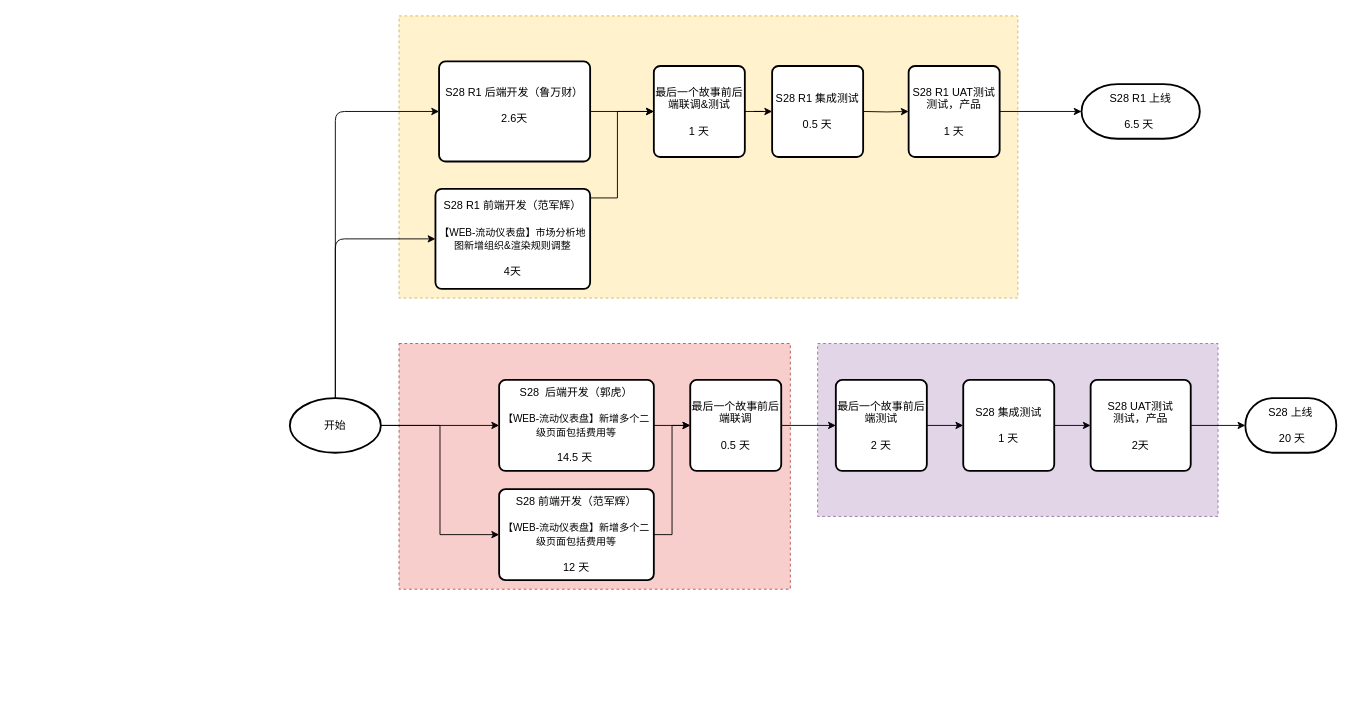
Earlier version of the draw.io diagram page "Sprint28" (3 of 4) of C4I-Sprint-Path.drawio (xiaofeng1986/drawIO). Source tidied: cells renumbered, new cells numbered last; positions are measured from the earlier drawing's top-left corner, leaving out a move shared by most shapes. Both pictures are drawn from the tidied source at 91%, with x=0, y=0 at pixel (16, 15).
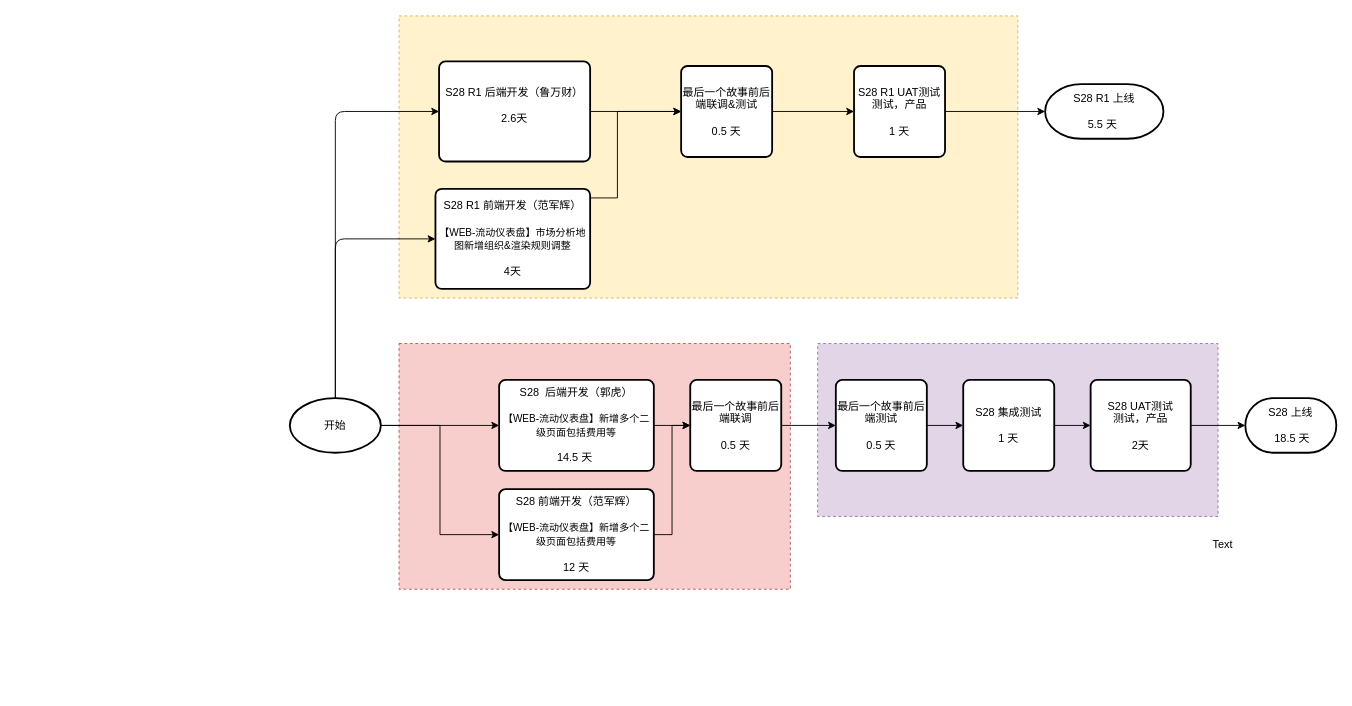
Above is the later version.

What changed in the source:
```diff
@@
-    <mxCell id="14" value="S28 上线&lt;br&gt;&amp;nbsp;&lt;br&gt;&amp;nbsp;20 天" style="strokeWidth=2;html=1;shape=mxgraph.flowchart.terminator;whiteSpace=wrap;" parent="1" vertex="1">
+    <mxCell id="14" value="S28 上线&lt;br&gt;&amp;nbsp;&lt;br&gt;&amp;nbsp;18.5 天" style="strokeWidth=2;html=1;shape=mxgraph.flowchart.terminator;whiteSpace=wrap;" parent="1" vertex="1">
       <mxGeometry x="1350" y="420" width="100" height="60" as="geometry" />
     </mxCell>
@@
-    <mxCell id="21" style="edgeStyle=orthogonalEdgeStyle;rounded=0;jettySize=auto;html=1;entryX=0;entryY=0.5;entryDx=0;entryDy=0;" parent="1" edge="1" target="33">
-      <mxGeometry relative="1" as="geometry">
-        <mxPoint x="931" y="105" as="sourcePoint" />
-      </mxGeometry>
+    <mxCell id="21" style="edgeStyle=orthogonalEdgeStyle;rounded=0;jettySize=auto;html=1;entryX=0;entryY=0.5;entryDx=0;entryDy=0;exitX=1;exitY=0.5;exitDx=0;exitDy=0;" parent="1" edge="1" source="29" target="33">
+      <mxGeometry relative="1" as="geometry" />
     </mxCell>
@@
-    <mxCell id="23" value="S28 R1 上线&lt;br&gt;&lt;br&gt;6.5 天&amp;nbsp;" style="strokeWidth=2;html=1;shape=mxgraph.flowchart.terminator;whiteSpace=wrap;" parent="1" vertex="1">
-      <mxGeometry x="1170" y="75" width="130" height="60" as="geometry" />
+    <mxCell id="23" value="S28 R1 上线&lt;br&gt;&lt;br&gt;5.5 天&amp;nbsp;" style="strokeWidth=2;html=1;shape=mxgraph.flowchart.terminator;whiteSpace=wrap;" parent="1" vertex="1">
+      <mxGeometry x="1130" y="75" width="130" height="60" as="geometry" />
     </mxCell>
@@
-    <mxCell id="28" style="edgeStyle=orthogonalEdgeStyle;rounded=0;jettySize=auto;html=1;entryX=0;entryY=0.5;entryDx=0;entryDy=0;" parent="1" edge="1" source="29" target="30">
-      <mxGeometry relative="1" as="geometry" />
-    </mxCell>
-    <mxCell id="29" value="最后一个故事前后端联调&amp;amp;测试&lt;br&gt;&lt;br&gt;1 天" style="rounded=1;whiteSpace=wrap;html=1;absoluteArcSize=1;arcSize=14;strokeWidth=2;" parent="1" vertex="1">
-      <mxGeometry x="700" y="55" width="100" height="100" as="geometry" />
+    <mxCell id="29" value="最后一个故事前后端联调&amp;amp;测试&lt;br&gt;&lt;br&gt;0.5 天" style="rounded=1;whiteSpace=wrap;html=1;absoluteArcSize=1;arcSize=14;strokeWidth=2;" parent="1" vertex="1">
+      <mxGeometry x="730" y="55" width="100" height="100" as="geometry" />
     </mxCell>
-    <mxCell id="30" value="S28 R1 集成测试&lt;br&gt;&lt;br&gt;0.5 天" style="rounded=1;whiteSpace=wrap;html=1;absoluteArcSize=1;arcSize=14;strokeWidth=2;" parent="1" vertex="1">
-      <mxGeometry x="830" y="55" width="100" height="100" as="geometry" />
-    </mxCell>
@@
     <mxCell id="33" value="S28 R1 UAT测试&lt;br&gt;测试，产品&lt;br&gt;&lt;br&gt;1 天" style="rounded=1;whiteSpace=wrap;html=1;absoluteArcSize=1;arcSize=14;strokeWidth=2;" parent="1" vertex="1">
-      <mxGeometry x="980" y="55" width="100" height="100" as="geometry" />
+      <mxGeometry x="920" y="55" width="100" height="100" as="geometry" />
     </mxCell>
@@
-    <mxCell id="35" value="最后一个故事前后端测试&lt;br&gt;&lt;br&gt;2 天" style="rounded=1;whiteSpace=wrap;html=1;absoluteArcSize=1;arcSize=14;strokeWidth=2;" parent="1" vertex="1">
+    <mxCell id="35" value="最后一个故事前后端测试&lt;br&gt;&lt;br&gt;0.5 天" style="rounded=1;whiteSpace=wrap;html=1;absoluteArcSize=1;arcSize=14;strokeWidth=2;" parent="1" vertex="1">
       <mxGeometry x="900" y="400" width="100" height="100" as="geometry" />
     </mxCell>
+    <mxCell id="36" value="Text" style="text;html=1;align=center;verticalAlign=middle;" parent="1" vertex="1">
+      <mxGeometry x="1305" y="571" width="40" height="20" as="geometry" />
+    </mxCell>
```
